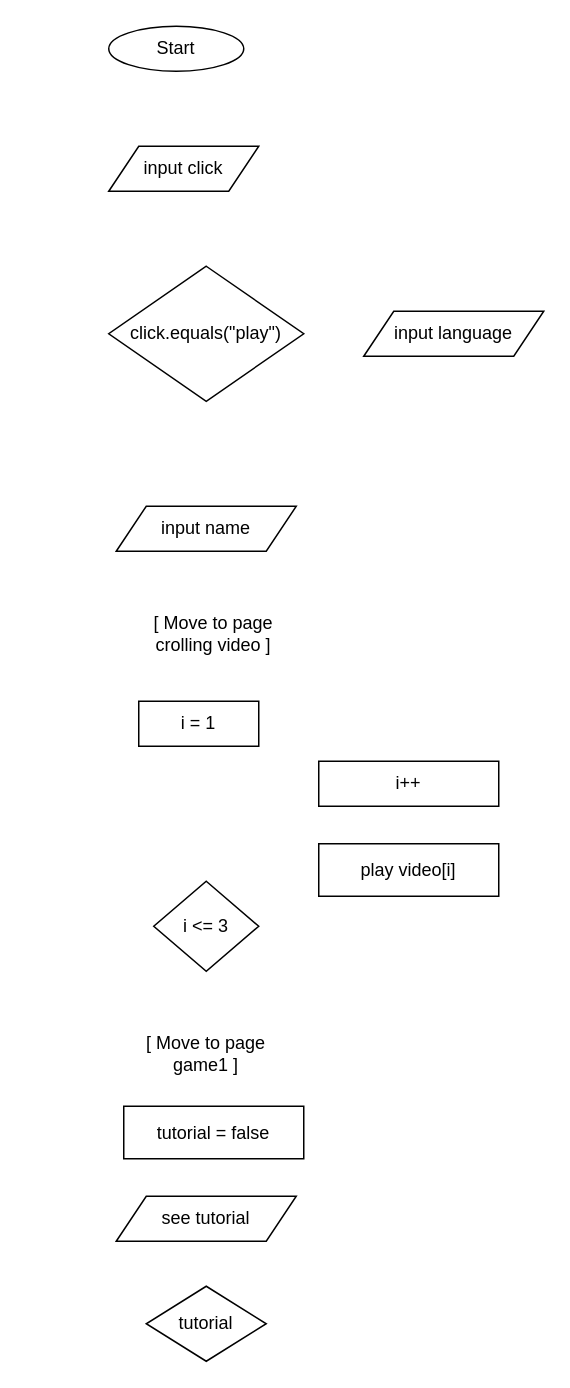
This is Untitled Diagram.drawio from Wahdaapf/WRI, a draw.io file, before an edit. Source tidied: cells renumbered, new cells numbered last; positions are measured from the earlier drawing's top-left corner, leaving out a move shared by most shapes. Both pictures are drawn from the tidied source at 150%, with x=0, y=0 at pixel (108, 26).
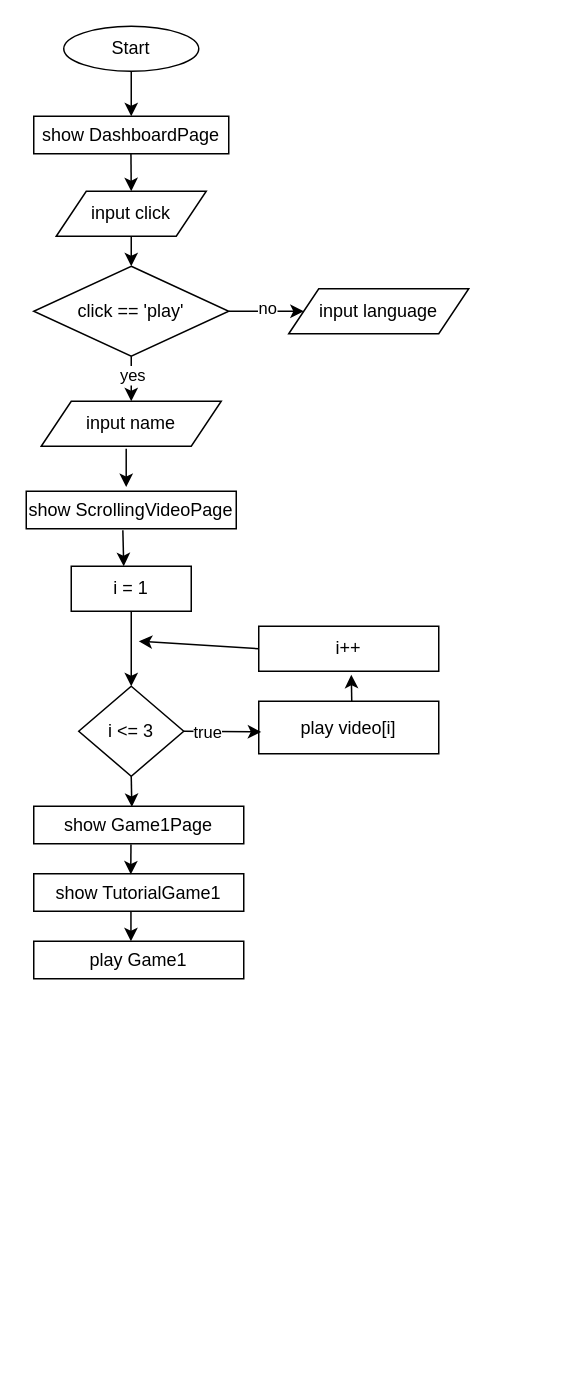
The same diagram, later.

Change to the diagram source:
```diff
@@
     <mxCell id="2" value="Start" style="ellipse;whiteSpace=wrap;html=1;" parent="1" vertex="1">
-      <mxGeometry width="90" height="30" as="geometry" />
+      <mxGeometry x="-30" width="90" height="30" as="geometry" />
     </mxCell>
     <mxCell id="3" value="input click" style="shape=parallelogram;perimeter=parallelogramPerimeter;whiteSpace=wrap;html=1;fixedSize=1;" parent="1" vertex="1">
-      <mxGeometry y="80" width="100" height="30" as="geometry" />
+      <mxGeometry x="-35" y="110" width="100" height="30" as="geometry" />
     </mxCell>
-    <mxCell id="4" value="click.equals(&quot;play&quot;)" style="rhombus;whiteSpace=wrap;html=1;" parent="1" vertex="1">
-      <mxGeometry y="160" width="130" height="90" as="geometry" />
+    <mxCell id="4" value="click == 'play'" style="rhombus;whiteSpace=wrap;html=1;" parent="1" vertex="1">
+      <mxGeometry x="-50" y="160" width="130" height="60" as="geometry" />
     </mxCell>
     <mxCell id="5" value="input language" style="shape=parallelogram;perimeter=parallelogramPerimeter;whiteSpace=wrap;html=1;fixedSize=1;" parent="1" vertex="1">
-      <mxGeometry x="170" y="190" width="120" height="30" as="geometry" />
+      <mxGeometry x="120" y="175" width="120" height="30" as="geometry" />
     </mxCell>
     <mxCell id="6" value="input name" style="shape=parallelogram;perimeter=parallelogramPerimeter;whiteSpace=wrap;html=1;fixedSize=1;" parent="1" vertex="1">
-      <mxGeometry x="5" y="320" width="120" height="30" as="geometry" />
+      <mxGeometry x="-45" y="250" width="120" height="30" as="geometry" />
     </mxCell>
-    <mxCell id="7" value="[ Move to page crolling video ]" style="text;html=1;align=center;verticalAlign=middle;whiteSpace=wrap;rounded=0;" parent="1" vertex="1">
-      <mxGeometry x="10" y="390" width="120" height="30" as="geometry" />
-    </mxCell>
     <mxCell id="8" value="i = 1" style="rounded=0;whiteSpace=wrap;html=1;" parent="1" vertex="1">
-      <mxGeometry x="20" y="450" width="80" height="30" as="geometry" />
+      <mxGeometry x="-25" y="360" width="80" height="30" as="geometry" />
     </mxCell>
     <mxCell id="9" value="i &amp;lt;= 3" style="rhombus;whiteSpace=wrap;html=1;" parent="1" vertex="1">
-      <mxGeometry x="30" y="570" width="70" height="60" as="geometry" />
+      <mxGeometry x="-20" y="440" width="70" height="60" as="geometry" />
     </mxCell>
     <mxCell id="10" value="play video[i]" style="rounded=0;whiteSpace=wrap;html=1;" parent="1" vertex="1">
-      <mxGeometry x="140" y="545" width="120" height="35" as="geometry" />
+      <mxGeometry x="100" y="450" width="120" height="35" as="geometry" />
     </mxCell>
     <mxCell id="11" value="i++" style="rounded=0;whiteSpace=wrap;html=1;" parent="1" vertex="1">
-      <mxGeometry x="140" y="490" width="120" height="30" as="geometry" />
+      <mxGeometry x="100" y="400" width="120" height="30" as="geometry" />
     </mxCell>
-    <mxCell id="12" value="[ Move to page game1 ]" style="text;html=1;align=center;verticalAlign=middle;whiteSpace=wrap;rounded=0;" parent="1" vertex="1">
-      <mxGeometry x="5" y="670" width="120" height="30" as="geometry" />
-    </mxCell>
-    <mxCell id="13" value="tutorial = false" style="rounded=0;whiteSpace=wrap;html=1;" parent="1" vertex="1">
-      <mxGeometry x="10" y="720" width="120" height="35" as="geometry" />
-    </mxCell>
-    <mxCell id="14" value="see tutorial" style="shape=parallelogram;perimeter=parallelogramPerimeter;whiteSpace=wrap;html=1;fixedSize=1;" parent="1" vertex="1">
-      <mxGeometry x="5" y="780" width="120" height="30" as="geometry" />
-    </mxCell>
-    <mxCell id="15" value="tutorial" style="rhombus;whiteSpace=wrap;html=1;" parent="1" vertex="1">
-      <mxGeometry x="25" y="840" width="80" height="50" as="geometry" />
-    </mxCell>
+    <mxCell id="16" value="show DashboardPage" style="rounded=0;whiteSpace=wrap;html=1;" parent="1" vertex="1">
+      <mxGeometry x="-50" y="60" width="130" height="25" as="geometry" />
+    </mxCell>
+    <mxCell id="17" value="show ScrollingVideoPage" style="rounded=0;whiteSpace=wrap;html=1;" parent="1" vertex="1">
+      <mxGeometry x="-55" y="310" width="140" height="25" as="geometry" />
+    </mxCell>
+    <mxCell id="18" style="endArrow=classic;html=1;rounded=0;exitX=0.5;exitY=1;exitDx=0;exitDy=0;entryX=0.5;entryY=0;entryDx=0;entryDy=0;" parent="1" edge="1" source="2" target="16">
+      <mxGeometry relative="1" as="geometry" />
+    </mxCell>
+    <mxCell id="19" style="endArrow=classic;html=1;rounded=0;" parent="1" edge="1">
+      <mxGeometry relative="1" as="geometry">
+        <mxPoint x="15" y="140" as="sourcePoint" />
+        <mxPoint x="15" y="160" as="targetPoint" />
+      </mxGeometry>
+    </mxCell>
+    <mxCell id="20" style="endArrow=classic;html=1;rounded=0;entryX=0.5;entryY=0;entryDx=0;entryDy=0;" parent="1" edge="1" target="3">
+      <mxGeometry relative="1" as="geometry">
+        <mxPoint x="14.8" y="85" as="sourcePoint" />
+      </mxGeometry>
+    </mxCell>
+    <mxCell id="21" style="endArrow=classic;html=1;rounded=0;exitX=1;exitY=0.5;exitDx=0;exitDy=0;" parent="1" edge="1" source="4" target="5">
+      <mxGeometry relative="1" as="geometry" />
+    </mxCell>
+    <mxCell id="22" value="no" style="edgeLabel;html=1;align=center;verticalAlign=middle;" parent="21" vertex="1">
+      <mxGeometry y="3" relative="1" as="geometry" />
+    </mxCell>
+    <mxCell id="23" style="endArrow=classic;html=1;rounded=0;exitX=0.5;exitY=1;exitDx=0;exitDy=0;entryX=0.5;entryY=0;entryDx=0;entryDy=0;" parent="1" edge="1" source="4" target="6">
+      <mxGeometry relative="1" as="geometry" />
+    </mxCell>
+    <mxCell id="24" value="yes" style="edgeLabel;html=1;align=center;verticalAlign=middle;" parent="23" vertex="1">
+      <mxGeometry x="-0.2" relative="1" as="geometry" />
+    </mxCell>
+    <mxCell id="25" style="endArrow=classic;html=1;rounded=0;exitX=0.472;exitY=1.053;exitDx=0;exitDy=0;exitPerimeter=0;entryX=0.476;entryY=-0.112;entryDx=0;entryDy=0;entryPerimeter=0;" parent="1" edge="1" source="6" target="17">
+      <mxGeometry relative="1" as="geometry" />
+    </mxCell>
+    <mxCell id="26" style="endArrow=classic;html=1;rounded=0;exitX=0.46;exitY=1.043;exitDx=0;exitDy=0;exitPerimeter=0;" parent="1" edge="1" source="17">
+      <mxGeometry relative="1" as="geometry">
+        <mxPoint x="10" y="360" as="targetPoint" />
+      </mxGeometry>
+    </mxCell>
+    <mxCell id="27" style="endArrow=classic;html=1;rounded=0;exitX=0.5;exitY=1;exitDx=0;exitDy=0;entryX=0.5;entryY=0;entryDx=0;entryDy=0;" parent="1" edge="1" source="8" target="9">
+      <mxGeometry relative="1" as="geometry" />
+    </mxCell>
+    <mxCell id="28" style="endArrow=classic;html=1;rounded=0;exitX=1;exitY=0.5;exitDx=0;exitDy=0;entryX=0.014;entryY=0.584;entryDx=0;entryDy=0;entryPerimeter=0;" parent="1" edge="1" source="9" target="10">
+      <mxGeometry relative="1" as="geometry" />
+    </mxCell>
+    <mxCell id="29" value="true" style="edgeLabel;html=1;align=center;verticalAlign=middle;" parent="28" vertex="1">
+      <mxGeometry x="-0.37" relative="1" as="geometry" />
+    </mxCell>
+    <mxCell id="30" style="endArrow=classic;html=1;rounded=0;entryX=0.514;entryY=1.078;entryDx=0;entryDy=0;entryPerimeter=0;" parent="1" edge="1" target="11">
+      <mxGeometry relative="1" as="geometry">
+        <mxPoint x="162" y="450" as="sourcePoint" />
+      </mxGeometry>
+    </mxCell>
+    <mxCell id="31" style="endArrow=classic;html=1;rounded=0;exitX=0;exitY=0.5;exitDx=0;exitDy=0;" parent="1" edge="1" source="11">
+      <mxGeometry relative="1" as="geometry">
+        <mxPoint x="20" y="410" as="targetPoint" />
+      </mxGeometry>
+    </mxCell>
+    <mxCell id="32" value="show Game1Page" style="rounded=0;whiteSpace=wrap;html=1;" parent="1" vertex="1">
+      <mxGeometry x="-50" y="520" width="140" height="25" as="geometry" />
+    </mxCell>
+    <mxCell id="33" value="show TutorialGame1" style="rounded=0;whiteSpace=wrap;html=1;" parent="1" vertex="1">
+      <mxGeometry x="-50" y="565" width="140" height="25" as="geometry" />
+    </mxCell>
+    <mxCell id="34" style="endArrow=classic;html=1;rounded=0;exitX=0.5;exitY=1;exitDx=0;exitDy=0;entryX=0.467;entryY=0.018;entryDx=0;entryDy=0;entryPerimeter=0;" parent="1" edge="1" source="9" target="32">
+      <mxGeometry relative="1" as="geometry" />
+    </mxCell>
+    <mxCell id="35" style="endArrow=classic;html=1;rounded=0;entryX=0.462;entryY=0.019;entryDx=0;entryDy=0;entryPerimeter=0;exitX=0.463;exitY=1.017;exitDx=0;exitDy=0;exitPerimeter=0;" parent="1" edge="1" source="32" target="33">
+      <mxGeometry relative="1" as="geometry" />
+    </mxCell>
+    <mxCell id="36" value="play Game1" style="rounded=0;whiteSpace=wrap;html=1;" parent="1" vertex="1">
+      <mxGeometry x="-50" y="610" width="140" height="25" as="geometry" />
+    </mxCell>
+    <mxCell id="37" style="endArrow=classic;html=1;rounded=0;entryX=0.462;entryY=0.019;entryDx=0;entryDy=0;entryPerimeter=0;exitX=0.463;exitY=1.017;exitDx=0;exitDy=0;exitPerimeter=0;" parent="1" edge="1">
+      <mxGeometry relative="1" as="geometry">
+        <mxPoint x="14.8" y="590" as="sourcePoint" />
+        <mxPoint x="14.8" y="610" as="targetPoint" />
+      </mxGeometry>
+    </mxCell>
```
